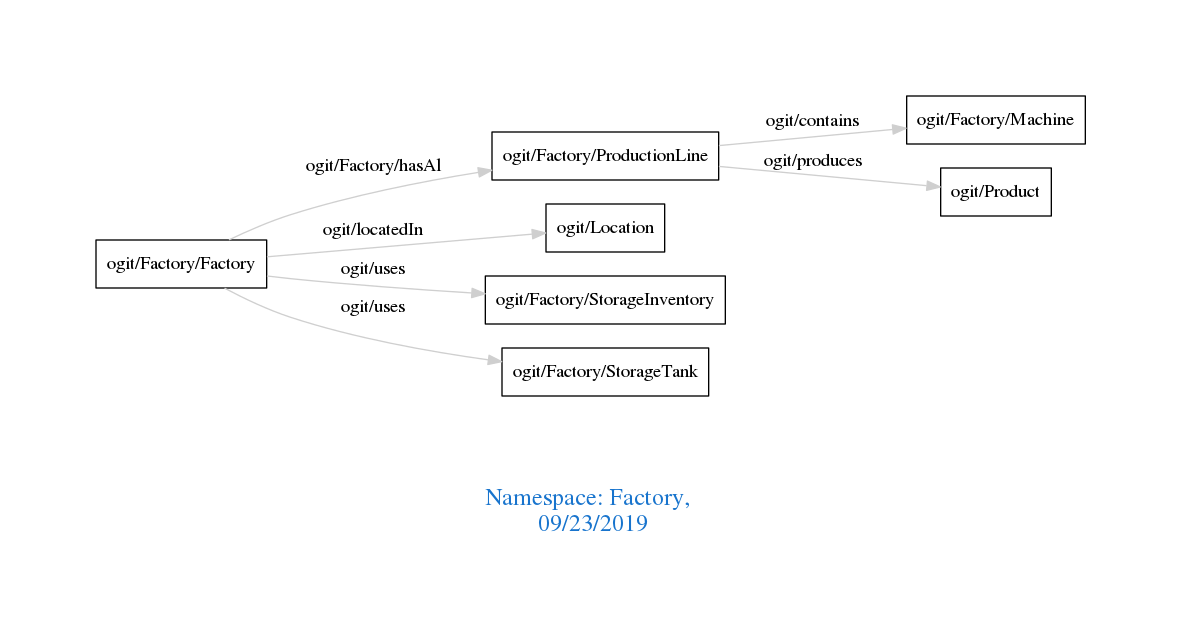
Before: downloads/Factory.png, a diagram exported from Graphviz (arago/OGIT). Its source is kept beside it as downloads/Factory.dot.
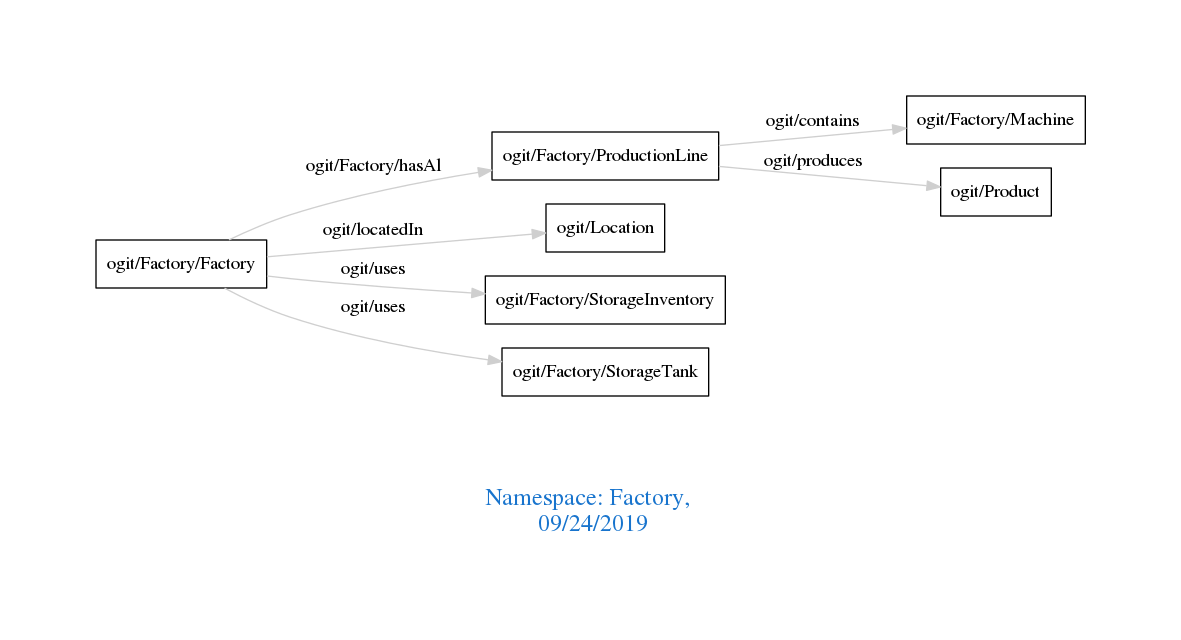
Above is the later version.

Change to the diagram source:
```diff
@@ -1,7 +1,7 @@
 digraph OGIT_ontology {
  graph [ rankdir= LR,pad=1
 fontsize = 18,
-fontcolor= dodgerblue3,label = "\n\n\nNamespace: Factory, \n 09/23/2019"];
+fontcolor= dodgerblue3,label = "\n\n\nNamespace: Factory, \n 09/24/2019"];
 node[shape=polygon];
 edge [  color="gray81"];
 
```
